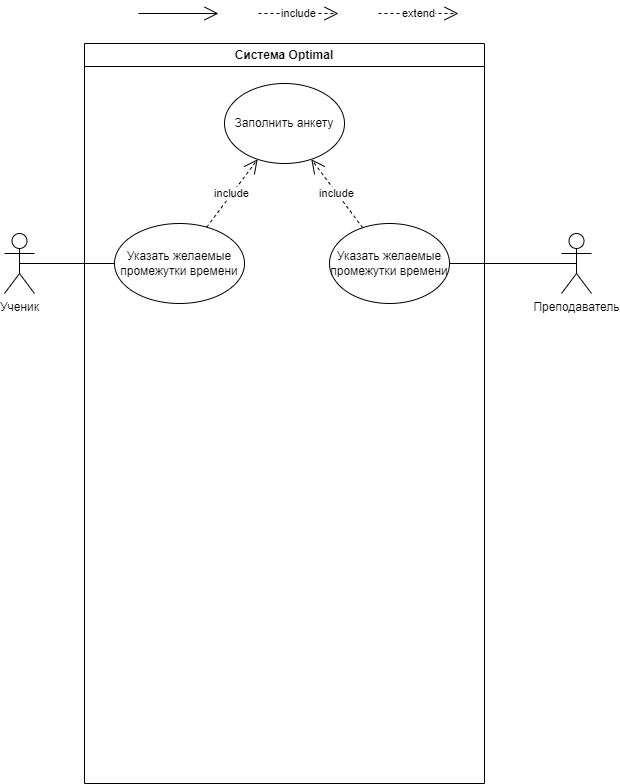
watashinonericell/myrepos keeps this draw.io diagram as Use_Case.png. Above is the earlier version. Source tidied: cells renumbered, new cells last; positions are measured from the earlier drawing's top-left corner, leaving out a move shared by most shapes.
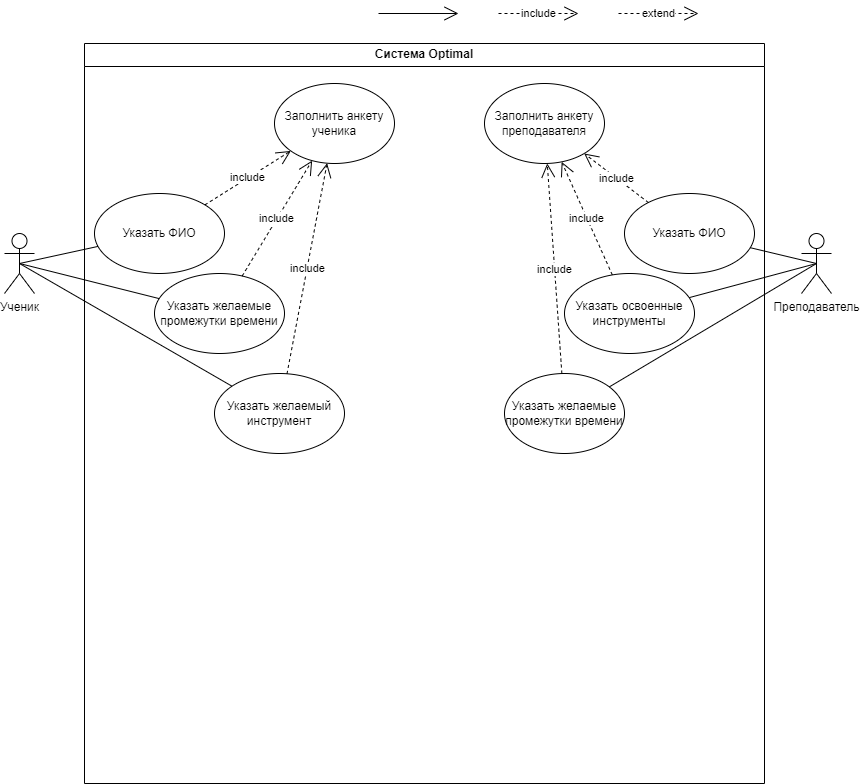
After the change.

The edit, as a diff of the source:
```diff
@@ -7,48 +7,87 @@
     </mxCell>
     <mxCell id="3" style="endArrow=open;endFill=1;endSize=12;html=1;rounded=0;" parent="1" edge="1">
       <mxGeometry relative="1" as="geometry">
-        <mxPoint x="134" as="sourcePoint" />
-        <mxPoint x="214" as="targetPoint" />
+        <mxPoint x="374" as="sourcePoint" />
+        <mxPoint x="454" as="targetPoint" />
       </mxGeometry>
     </mxCell>
     <mxCell id="4" value="Преподаватель" style="shape=umlActor;verticalLabelPosition=bottom;verticalAlign=top;html=1;" parent="1" vertex="1">
-      <mxGeometry x="557" y="220" width="30" height="60" as="geometry" />
+      <mxGeometry x="797" y="220" width="30" height="60" as="geometry" />
     </mxCell>
     <mxCell id="5" value="include" style="endArrow=open;endSize=12;dashed=1;html=1;rounded=0;" parent="1" edge="1">
       <mxGeometry relative="1" as="geometry">
-        <mxPoint x="254" as="sourcePoint" />
-        <mxPoint x="334" as="targetPoint" />
+        <mxPoint x="494" as="sourcePoint" />
+        <mxPoint x="574" as="targetPoint" />
       </mxGeometry>
     </mxCell>
     <mxCell id="6" value="extend" style="endArrow=open;endSize=12;dashed=1;html=1;rounded=0;" parent="1" edge="1">
       <mxGeometry relative="1" as="geometry">
-        <mxPoint x="374" as="sourcePoint" />
-        <mxPoint x="454" as="targetPoint" />
+        <mxPoint x="614" as="sourcePoint" />
+        <mxPoint x="694" as="targetPoint" />
       </mxGeometry>
     </mxCell>
     <mxCell id="7" value="Система Optimal" style="swimlane;whiteSpace=wrap;html=1;" parent="1" vertex="1">
-      <mxGeometry x="80" y="30" width="400" height="740" as="geometry" />
+      <mxGeometry x="80" y="30" width="680" height="740" as="geometry" />
     </mxCell>
     <mxCell id="8" value="Указать желаемые промежутки времени" style="ellipse;whiteSpace=wrap;html=1;" parent="7" vertex="1">
-      <mxGeometry x="30" y="180" width="130" height="80" as="geometry" />
+      <mxGeometry x="70" y="230" width="130" height="80" as="geometry" />
     </mxCell>
     <mxCell id="9" value="Указать желаемые промежутки времени" style="ellipse;whiteSpace=wrap;html=1;" parent="7" vertex="1">
-      <mxGeometry x="245" y="180" width="120" height="80" as="geometry" />
+      <mxGeometry x="420" y="330" width="120" height="80" as="geometry" />
     </mxCell>
-    <mxCell id="10" value="Заполнить анкету" style="ellipse;whiteSpace=wrap;html=1;" parent="7" vertex="1">
-      <mxGeometry x="140" y="40" width="120" height="80" as="geometry" />
+    <mxCell id="10" value="Заполнить анкету ученика" style="ellipse;whiteSpace=wrap;html=1;" parent="7" vertex="1">
+      <mxGeometry x="190" y="40" width="120" height="80" as="geometry" />
     </mxCell>
     <mxCell id="11" value="include" style="endArrow=open;endSize=12;dashed=1;html=1;rounded=0;" parent="7" edge="1" source="8" target="10">
       <mxGeometry relative="1" as="geometry" />
     </mxCell>
-    <mxCell id="12" value="include" style="endArrow=open;endSize=12;dashed=1;html=1;rounded=0;" parent="7" edge="1" source="9" target="10">
+    <mxCell id="12" value="include" style="endArrow=open;endSize=12;dashed=1;html=1;rounded=0;" parent="7" edge="1" source="9" target="19">
       <mxGeometry relative="1" as="geometry" />
     </mxCell>
+    <mxCell id="15" value="Указать желаемый инструмент" style="ellipse;whiteSpace=wrap;html=1;" parent="7" vertex="1">
+      <mxGeometry x="130" y="330" width="130" height="80" as="geometry" />
+    </mxCell>
+    <mxCell id="16" value="Указать ФИО" style="ellipse;whiteSpace=wrap;html=1;" parent="7" vertex="1">
+      <mxGeometry x="10" y="150" width="130" height="80" as="geometry" />
+    </mxCell>
+    <mxCell id="17" value="include" style="endArrow=open;endSize=12;dashed=1;html=1;rounded=0;" parent="7" edge="1" source="15" target="10">
+      <mxGeometry relative="1" as="geometry" />
+    </mxCell>
+    <mxCell id="18" value="include" style="endArrow=open;endSize=12;dashed=1;html=1;rounded=0;" parent="7" edge="1" source="16" target="10">
+      <mxGeometry relative="1" as="geometry" />
+    </mxCell>
+    <mxCell id="19" value="Заполнить анкету преподавателя" style="ellipse;whiteSpace=wrap;html=1;" parent="7" vertex="1">
+      <mxGeometry x="400" y="40" width="120" height="80" as="geometry" />
+    </mxCell>
+    <mxCell id="20" value="Указать ФИО" style="ellipse;whiteSpace=wrap;html=1;" parent="7" vertex="1">
+      <mxGeometry x="540" y="150" width="130" height="80" as="geometry" />
+    </mxCell>
+    <mxCell id="21" value="include" style="endArrow=open;endSize=12;dashed=1;html=1;rounded=0;" parent="7" edge="1" source="20" target="19">
+      <mxGeometry relative="1" as="geometry" />
+    </mxCell>
+    <mxCell id="22" value="Указать освоенные инструменты" style="ellipse;whiteSpace=wrap;html=1;" parent="7" vertex="1">
+      <mxGeometry x="480" y="230" width="130" height="80" as="geometry" />
+    </mxCell>
+    <mxCell id="23" value="include" style="endArrow=open;endSize=12;dashed=1;html=1;rounded=0;" parent="7" edge="1" source="22" target="19">
+      <mxGeometry relative="1" as="geometry" />
+    </mxCell>
     <mxCell id="13" style="endArrow=none;html=1;rounded=0;exitX=0.5;exitY=0.5;exitDx=0;exitDy=0;exitPerimeter=0;" parent="1" edge="1" source="2" target="8">
       <mxGeometry relative="1" as="geometry" />
     </mxCell>
     <mxCell id="14" style="endArrow=none;html=1;rounded=0;exitX=0.5;exitY=0.5;exitDx=0;exitDy=0;exitPerimeter=0;" parent="1" edge="1" source="4" target="9">
       <mxGeometry relative="1" as="geometry" />
     </mxCell>
+    <mxCell id="24" style="endArrow=none;html=1;rounded=0;exitX=0.5;exitY=0.5;exitDx=0;exitDy=0;exitPerimeter=0;" parent="1" edge="1" source="2" target="15">
+      <mxGeometry relative="1" as="geometry" />
+    </mxCell>
+    <mxCell id="25" style="endArrow=none;html=1;rounded=0;exitX=0.5;exitY=0.5;exitDx=0;exitDy=0;exitPerimeter=0;" parent="1" edge="1" source="2" target="16">
+      <mxGeometry relative="1" as="geometry" />
+    </mxCell>
+    <mxCell id="26" style="endArrow=none;html=1;rounded=0;exitX=0.5;exitY=0.5;exitDx=0;exitDy=0;exitPerimeter=0;" parent="1" edge="1" source="4" target="20">
+      <mxGeometry relative="1" as="geometry" />
+    </mxCell>
+    <mxCell id="27" style="endArrow=none;html=1;rounded=0;exitX=0.5;exitY=0.5;exitDx=0;exitDy=0;exitPerimeter=0;" parent="1" edge="1" source="4" target="22">
+      <mxGeometry relative="1" as="geometry" />
+    </mxCell>
   </root>
 </mxGraphModel>
```
